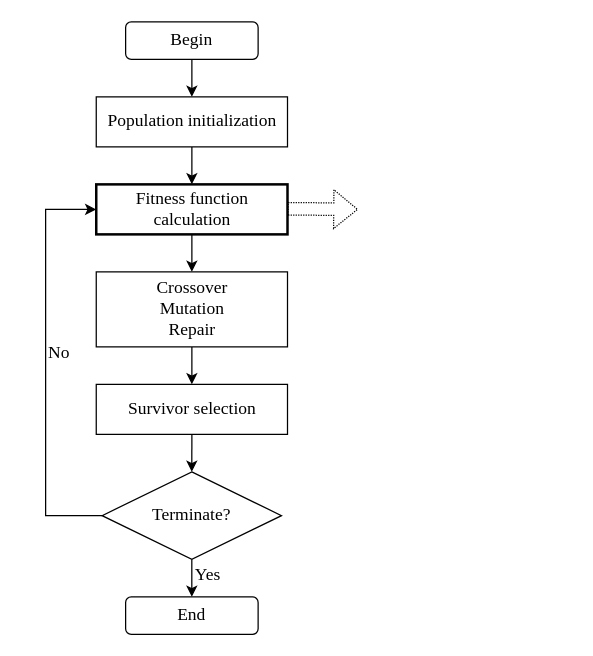
qiaoD/algu keeps this draw.io diagram as 未命名绘图.drawio. Above is the earlier version. Source tidied: cells renumbered, new cells numbered last; positions are measured from the earlier drawing's top-left corner, leaving out a move shared by most shapes. Both pictures are drawn from the tidied source at 125%, with x=0, y=0 at pixel (21, 21).
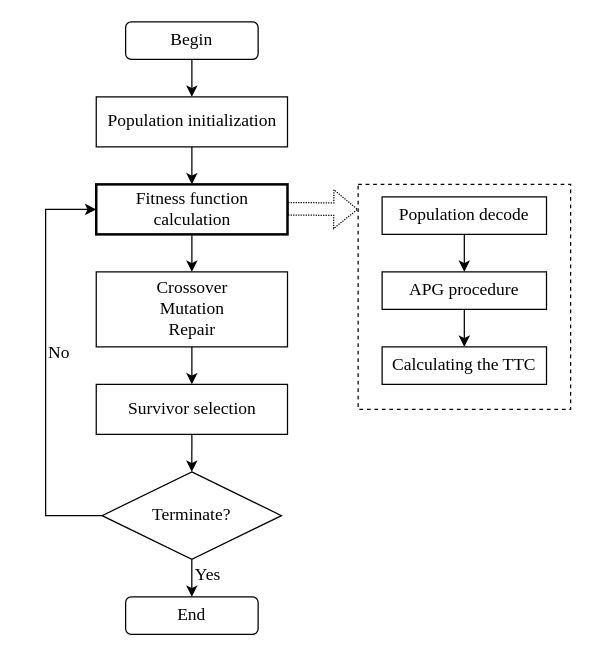
The same page after the edit.

Commit message (it also covers changes not shown here):
更新未命名绘图.drawio

The edit, as a diff of the source:
```diff
@@
+    <mxCell id="20" style="rounded=0;whiteSpace=wrap;html=1;fontFamily=Times New Roman;fontSize=14;strokeWidth=1;dashed=1;" parent="1" vertex="1">
+      <mxGeometry x="269" y="130" width="170" height="180" as="geometry" />
+    </mxCell>
+    <mxCell id="21" value="Population decode" style="rounded=0;whiteSpace=wrap;html=1;fontFamily=Times New Roman;fontSize=14;" parent="1" vertex="1">
+      <mxGeometry x="288.2" y="140" width="131.5" height="30" as="geometry" />
+    </mxCell>
+    <mxCell id="22" value="APG procedure" style="rounded=0;whiteSpace=wrap;html=1;fontFamily=Times New Roman;fontSize=14;" parent="1" vertex="1">
+      <mxGeometry x="288.2" y="200" width="131.5" height="30" as="geometry" />
+    </mxCell>
+    <mxCell id="23" value="Calculating the TTC" style="rounded=0;whiteSpace=wrap;html=1;fontFamily=Times New Roman;fontSize=14;" parent="1" vertex="1">
+      <mxGeometry x="288.2" y="260" width="131.5" height="30" as="geometry" />
+    </mxCell>
+    <mxCell id="24" style="endArrow=classic;html=1;rounded=0;fontFamily=Times New Roman;fontSize=14;exitX=0.5;exitY=1;exitDx=0;exitDy=0;" parent="1" edge="1" source="21" target="22">
+      <mxGeometry relative="1" as="geometry" />
+    </mxCell>
+    <mxCell id="25" style="endArrow=classic;html=1;rounded=0;fontFamily=Times New Roman;fontSize=14;" parent="1" edge="1" source="22" target="23">
+      <mxGeometry relative="1" as="geometry" />
+    </mxCell>
```
